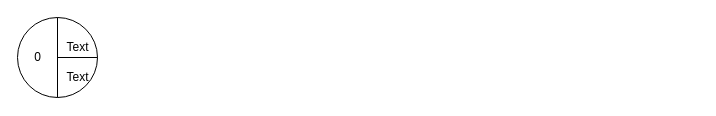
Before: IngenieriaSoftware/Practica2/Ej1Prac2Repaso.drawio in Luchit0-afk/Diagramas, a draw.io diagram. Source tidied: cells renumbered, new cells numbered last; positions are measured from the earlier drawing's top-left corner, leaving out a move shared by most shapes. Both pictures are drawn from the tidied source at 100%, with x=0, y=0 at pixel (17, 17).
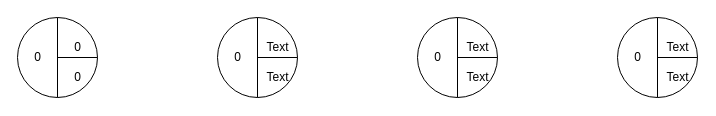
Above is the later version.

Change to the diagram source:
```diff
@@
-    <mxCell id="6" value="Text" style="text;html=1;align=center;verticalAlign=middle;strokeColor=none;fillColor=none;" parent="1" vertex="1">
-      <mxGeometry x="40" y="20" width="40" height="20" as="geometry" />
+    <mxCell id="6" value="0" style="text;html=1;align=center;verticalAlign=middle;strokeColor=none;fillColor=none;" parent="1" vertex="1">
+      <mxGeometry x="50" y="20" width="20" height="20" as="geometry" />
     </mxCell>
-    <mxCell id="7" value="Text" style="text;html=1;align=center;verticalAlign=middle;strokeColor=none;fillColor=none;" parent="1" vertex="1">
-      <mxGeometry x="40" y="50" width="40" height="20" as="geometry" />
+    <mxCell id="7" value="0" style="text;html=1;align=center;verticalAlign=middle;strokeColor=none;fillColor=none;" parent="1" vertex="1">
+      <mxGeometry x="50" y="50" width="20" height="20" as="geometry" />
     </mxCell>
+    <mxCell id="8" style="ellipse;whiteSpace=wrap;html=1;" parent="1" vertex="1">
+      <mxGeometry x="200" width="80" height="80" as="geometry" />
+    </mxCell>
+    <mxCell id="9" style="endArrow=none;html=1;exitX=0.5;exitY=1;exitDx=0;exitDy=0;entryX=0.5;entryY=0;entryDx=0;entryDy=0;" parent="1" edge="1" source="8" target="8">
+      <mxGeometry relative="1" as="geometry" />
+    </mxCell>
+    <mxCell id="10" style="endArrow=none;html=1;exitX=1;exitY=0.5;exitDx=0;exitDy=0;" parent="1" edge="1" source="8">
+      <mxGeometry relative="1" as="geometry">
+        <mxPoint x="240" y="40" as="targetPoint" />
+      </mxGeometry>
+    </mxCell>
+    <mxCell id="11" value="0" style="text;html=1;align=center;verticalAlign=middle;strokeColor=none;fillColor=none;" parent="1" vertex="1">
+      <mxGeometry x="210" y="30" width="20" height="20" as="geometry" />
+    </mxCell>
+    <mxCell id="12" value="Text" style="text;html=1;align=center;verticalAlign=middle;strokeColor=none;fillColor=none;" parent="1" vertex="1">
+      <mxGeometry x="240" y="20" width="40" height="20" as="geometry" />
+    </mxCell>
+    <mxCell id="13" value="Text" style="text;html=1;align=center;verticalAlign=middle;strokeColor=none;fillColor=none;" parent="1" vertex="1">
+      <mxGeometry x="240" y="50" width="40" height="20" as="geometry" />
+    </mxCell>
+    <mxCell id="14" style="ellipse;whiteSpace=wrap;html=1;" parent="1" vertex="1">
+      <mxGeometry x="400" width="80" height="80" as="geometry" />
+    </mxCell>
+    <mxCell id="15" style="endArrow=none;html=1;exitX=0.5;exitY=1;exitDx=0;exitDy=0;entryX=0.5;entryY=0;entryDx=0;entryDy=0;" parent="1" edge="1" source="14" target="14">
+      <mxGeometry relative="1" as="geometry" />
+    </mxCell>
+    <mxCell id="16" style="endArrow=none;html=1;exitX=1;exitY=0.5;exitDx=0;exitDy=0;" parent="1" edge="1" source="14">
+      <mxGeometry relative="1" as="geometry">
+        <mxPoint x="440" y="40" as="targetPoint" />
+      </mxGeometry>
+    </mxCell>
+    <mxCell id="17" value="0" style="text;html=1;align=center;verticalAlign=middle;strokeColor=none;fillColor=none;" parent="1" vertex="1">
+      <mxGeometry x="410" y="30" width="20" height="20" as="geometry" />
+    </mxCell>
+    <mxCell id="18" value="Text" style="text;html=1;align=center;verticalAlign=middle;strokeColor=none;fillColor=none;" parent="1" vertex="1">
+      <mxGeometry x="440" y="20" width="40" height="20" as="geometry" />
+    </mxCell>
+    <mxCell id="19" value="Text" style="text;html=1;align=center;verticalAlign=middle;strokeColor=none;fillColor=none;" parent="1" vertex="1">
+      <mxGeometry x="440" y="50" width="40" height="20" as="geometry" />
+    </mxCell>
+    <mxCell id="20" style="ellipse;whiteSpace=wrap;html=1;" parent="1" vertex="1">
+      <mxGeometry x="600" width="80" height="80" as="geometry" />
+    </mxCell>
+    <mxCell id="21" style="endArrow=none;html=1;exitX=0.5;exitY=1;exitDx=0;exitDy=0;entryX=0.5;entryY=0;entryDx=0;entryDy=0;" parent="1" edge="1" source="20" target="20">
+      <mxGeometry relative="1" as="geometry" />
+    </mxCell>
+    <mxCell id="22" style="endArrow=none;html=1;exitX=1;exitY=0.5;exitDx=0;exitDy=0;" parent="1" edge="1" source="20">
+      <mxGeometry relative="1" as="geometry">
+        <mxPoint x="640" y="40" as="targetPoint" />
+      </mxGeometry>
+    </mxCell>
+    <mxCell id="23" value="0" style="text;html=1;align=center;verticalAlign=middle;strokeColor=none;fillColor=none;" parent="1" vertex="1">
+      <mxGeometry x="610" y="30" width="20" height="20" as="geometry" />
+    </mxCell>
+    <mxCell id="24" value="Text" style="text;html=1;align=center;verticalAlign=middle;strokeColor=none;fillColor=none;" parent="1" vertex="1">
+      <mxGeometry x="640" y="20" width="40" height="20" as="geometry" />
+    </mxCell>
+    <mxCell id="25" value="Text" style="text;html=1;align=center;verticalAlign=middle;strokeColor=none;fillColor=none;" parent="1" vertex="1">
+      <mxGeometry x="640" y="50" width="40" height="20" as="geometry" />
+    </mxCell>
```
